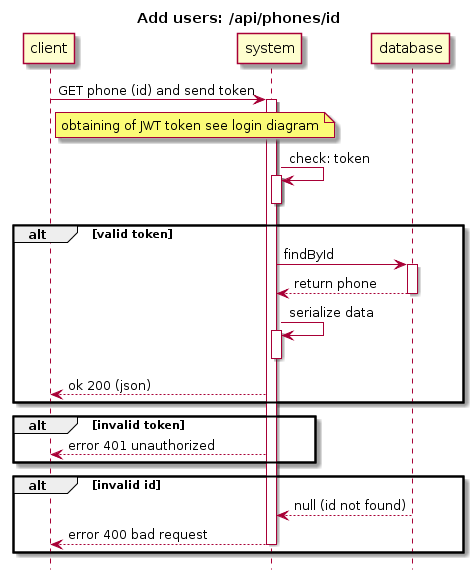
Above: docs/Uml/Diagram_sequences/Diagram_sequence_get_phone.png in siggwer/Bilemo (PlantUML), before the change. Source of this version:
```plantuml
@startuml
hide footbox
title Add users: /api/phones/id
client -> system: GET phone (id) and send token
note right client: obtaining of JWT token see login diagram

activate system
system -> system: check: token
activate system
deactivate system

alt valid token

system -> database: findById
activate database

database --> system : return phone
deactivate database

system -> system: serialize data
activate system
deactivate system

system --> client: ok 200 (json)

end

alt invalid token

system --> client: error 401 unauthorized

end

alt invalid id

database --> system: null (id not found)

system --> client: error 400 bad request
deactivate system

end
@enduml
```
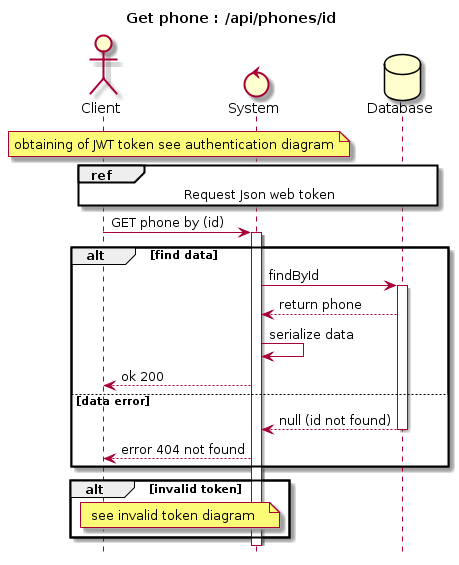
The same diagram one commit later.

Change to the diagram source:
```diff
@@ -1,42 +1,36 @@
 @startuml
 hide footbox
-title Add users: /api/phones/id
-client -> system: GET phone (id) and send token
-note right client: obtaining of JWT token see login diagram
+title Get phone : /api/phones/id
+Actor Client
+Control System
+Database Database
 
-activate system
-system -> system: check: token
-activate system
-deactivate system
+note over Client, System
+ obtaining of JWT token see authentication diagram
+end note
 
-alt valid token
+ref over Client, System, Database
+    Request Json web token
+end ref
 
-system -> database: findById
-activate database
 
-database --> system : return phone
-deactivate database
+Client -> System : GET phone by (id)
+activate System
 
-system -> system: serialize data
-activate system
-deactivate system
-
-system --> client: ok 200 (json)
-
+alt find data
+System -> Database: findById
+activate Database
+Database --> System : return phone
+System -> System: serialize data
+System --> Client: ok 200
+    else data error
+    Database --> System : null (id not found)
+    deactivate Database
+    System --> Client : error 404 not found
 end
-
 alt invalid token
-
-system --> client: error 401 unauthorized
-
-end
-
-alt invalid id
-
-database --> system: null (id not found)
-
-system --> client: error 400 bad request
-deactivate system
-
+note over Client, System
+    see invalid token diagram
+end note
 end
 @enduml
```
